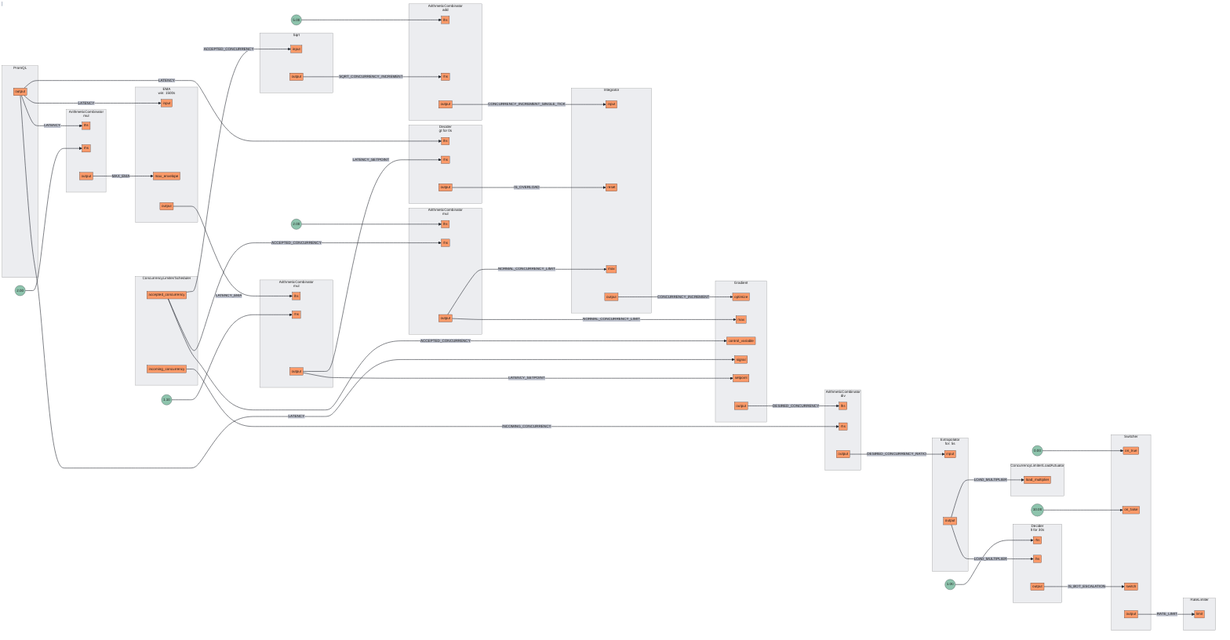
Above: docs/content/tutorials/integrations/flow-control/rate-limiting/assets/dynamic-rate-limiting/dynamic-rate-limiting.mmd.png in dataongunlaws/aperture (Mermaid), before the change. Its source is kept beside it as docs/content/tutorials/integrations/flow-control/rate-limiting/assets/dynamic-rate-limiting/dynamic-rate-limiting.mmd.
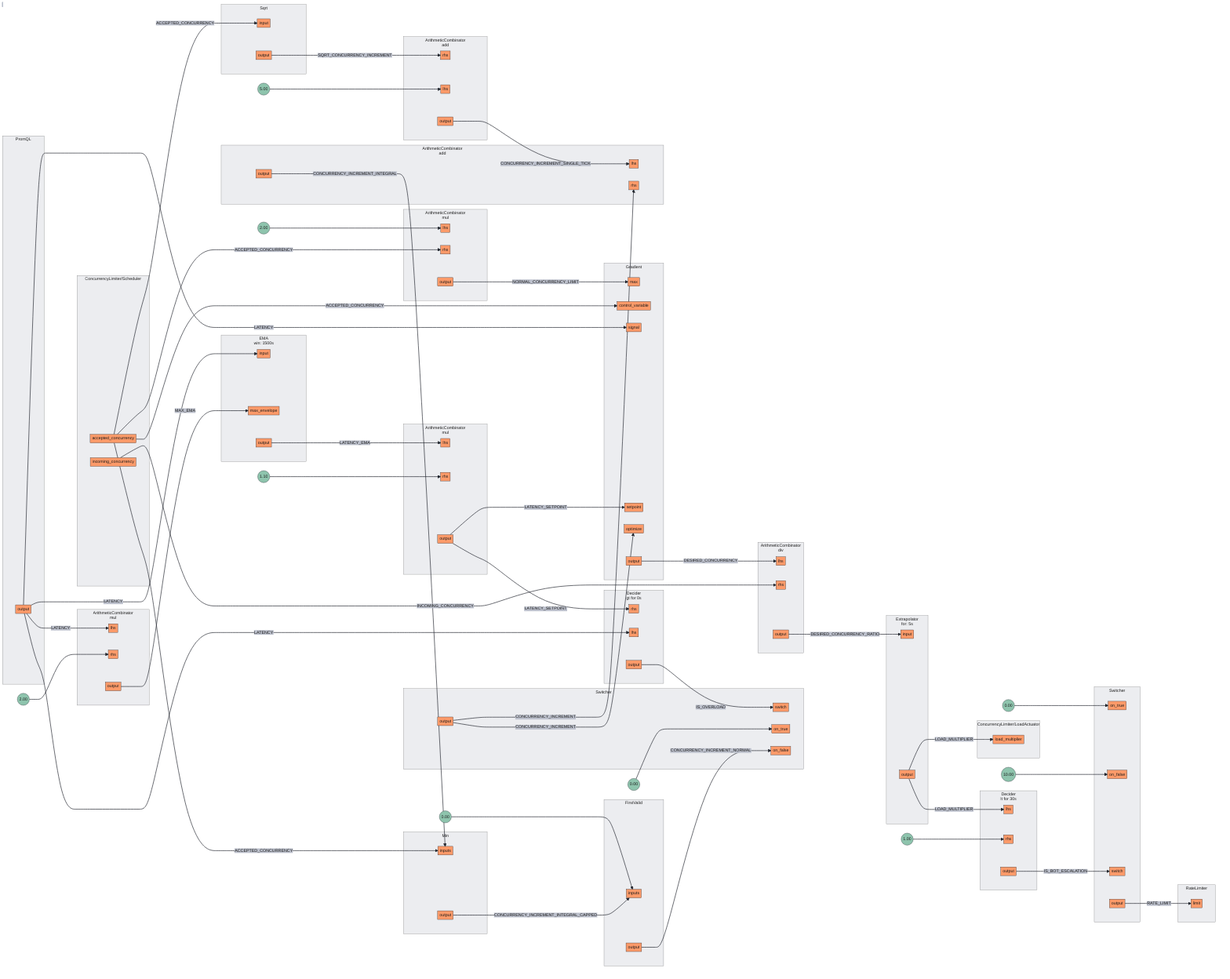
The same file after the commit.

Change to the diagram source:
```diff
@@ -52,8 +52,8 @@
 subgraph 4[<center>ArithmeticCombinator<br/>add</center>]
 subgraph 4_inports[ ]
 style 4_inports fill:none,stroke:none
+4rhs[rhs]
 4lhs[lhs]
-4rhs[rhs]
 end
 subgraph 4_outports[ ]
 style 4_outports fill:none,stroke:none
@@ -62,149 +62,190 @@
 end
 FakeConstant3((5.00))
 FakeConstant3 --> 4lhs
-subgraph 5[Integrator]
+subgraph 5[<center>ArithmeticCombinator<br/>add</center>]
 subgraph 5_inports[ ]
 style 5_inports fill:none,stroke:none
-5input[input]
-5reset[reset]
-5max[max]
+5lhs[lhs]
+5rhs[rhs]
 end
 subgraph 5_outports[ ]
 style 5_outports fill:none,stroke:none
 5output[output]
 end
 end
-subgraph 6[Sqrt]
+subgraph 6[Min]
 subgraph 6_inports[ ]
 style 6_inports fill:none,stroke:none
-6input[input]
+6inputs[inputs]
+6inputs[inputs]
 end
 subgraph 6_outports[ ]
 style 6_outports fill:none,stroke:none
 6output[output]
 end
 end
-subgraph 7[PromQL]
+subgraph 7[FirstValid]
+subgraph 7_inports[ ]
+style 7_inports fill:none,stroke:none
+7inputs[inputs]
+7inputs[inputs]
+end
 subgraph 7_outports[ ]
 style 7_outports fill:none,stroke:none
 7output[output]
 end
 end
-subgraph 8[<center>EMA<br/>win: 1500s</center>]
+FakeConstant4((0.00))
+FakeConstant4 --> 7inputs
+subgraph 8[Sqrt]
 subgraph 8_inports[ ]
 style 8_inports fill:none,stroke:none
 8input[input]
-8max_envelope[max_envelope]
 end
 subgraph 8_outports[ ]
 style 8_outports fill:none,stroke:none
 8output[output]
 end
 end
-subgraph 9[Gradient]
-subgraph 9_inports[ ]
-style 9_inports fill:none,stroke:none
-9optimize[optimize]
-9max[max]
-9control_variable[control_variable]
-9signal[signal]
-9setpoint[setpoint]
-end
+subgraph 9[PromQL]
 subgraph 9_outports[ ]
 style 9_outports fill:none,stroke:none
 9output[output]
 end
 end
-subgraph 10[<center>Extrapolator<br/>for: 5s</center>]
+subgraph 10[<center>EMA<br/>win: 1500s</center>]
 subgraph 10_inports[ ]
 style 10_inports fill:none,stroke:none
 10input[input]
+10max_envelope[max_envelope]
 end
 subgraph 10_outports[ ]
 style 10_outports fill:none,stroke:none
 10output[output]
 end
 end
-subgraph 11.Scheduler[ConcurrencyLimiter/Scheduler]
-subgraph 11.Scheduler_outports[ ]
-style 11.Scheduler_outports fill:none,stroke:none
-11.Schedulerincoming_concurrency[incoming_concurrency]
-11.Scheduleraccepted_concurrency[accepted_concurrency]
+subgraph 11[Gradient]
+subgraph 11_inports[ ]
+style 11_inports fill:none,stroke:none
+11max[max]
+11control_variable[control_variable]
+11signal[signal]
+11setpoint[setpoint]
+11optimize[optimize]
+end
+subgraph 11_outports[ ]
+style 11_outports fill:none,stroke:none
+11output[output]
 end
 end
-subgraph 11.LoadActuator[ConcurrencyLimiter/LoadActuator]
-subgraph 11.LoadActuator_inports[ ]
-style 11.LoadActuator_inports fill:none,stroke:none
-11.LoadActuatorload_multiplier[load_multiplier]
+subgraph 12[<center>Extrapolator<br/>for: 5s</center>]
+subgraph 12_inports[ ]
+style 12_inports fill:none,stroke:none
+12input[input]
+end
+subgraph 12_outports[ ]
+style 12_outports fill:none,stroke:none
+12output[output]
 end
 end
-subgraph 15[RateLimiter]
-subgraph 15_inports[ ]
-style 15_inports fill:none,stroke:none
-15limit[limit]
+subgraph 13.Scheduler[ConcurrencyLimiter/Scheduler]
+subgraph 13.Scheduler_outports[ ]
+style 13.Scheduler_outports fill:none,stroke:none
+13.Schedulerincoming_concurrency[incoming_concurrency]
+13.Scheduleraccepted_concurrency[accepted_concurrency]
 end
 end
-subgraph 14[Switcher]
+subgraph 13.LoadActuator[ConcurrencyLimiter/LoadActuator]
+subgraph 13.LoadActuator_inports[ ]
+style 13.LoadActuator_inports fill:none,stroke:none
+13.LoadActuatorload_multiplier[load_multiplier]
+end
+end
+subgraph 18[RateLimiter]
+subgraph 18_inports[ ]
+style 18_inports fill:none,stroke:none
+18limit[limit]
+end
+end
+subgraph 17[Switcher]
+subgraph 17_inports[ ]
+style 17_inports fill:none,stroke:none
+17on_true[on_true]
+17on_false[on_false]
+17switch[switch]
+end
+subgraph 17_outports[ ]
+style 17_outports fill:none,stroke:none
+17output[output]
+end
+end
+FakeConstant5((0.00))
+FakeConstant5 --> 17on_true
+FakeConstant6((10.00))
+FakeConstant6 --> 17on_false
+subgraph 14[<center>Decider<br/>gt for 0s</center>]
 subgraph 14_inports[ ]
 style 14_inports fill:none,stroke:none
-14on_true[on_true]
-14on_false[on_false]
-14switch[switch]
+14rhs[rhs]
+14lhs[lhs]
 end
 subgraph 14_outports[ ]
 style 14_outports fill:none,stroke:none
 14output[output]
 end
 end
-FakeConstant4((0.00))
-FakeConstant4 --> 14on_true
-FakeConstant5((10.00))
-FakeConstant5 --> 14on_false
-subgraph 12[<center>Decider<br/>gt for 0s</center>]
-subgraph 12_inports[ ]
-style 12_inports fill:none,stroke:none
-12lhs[lhs]
-12rhs[rhs]
+subgraph 15[Switcher]
+subgraph 15_inports[ ]
+style 15_inports fill:none,stroke:none
+15switch[switch]
+15on_true[on_true]
+15on_false[on_false]
 end
-subgraph 12_outports[ ]
-style 12_outports fill:none,stroke:none
-12output[output]
+subgraph 15_outports[ ]
+style 15_outports fill:none,stroke:none
+15output[output]
 end
 end
-subgraph 13[<center>Decider<br/>lt for 30s</center>]
-subgraph 13_inports[ ]
-style 13_inports fill:none,stroke:none
-13rhs[rhs]
-13lhs[lhs]
+FakeConstant7((0.00))
+FakeConstant7 --> 15on_true
+subgraph 16[<center>Decider<br/>lt for 30s</center>]
+subgraph 16_inports[ ]
+style 16_inports fill:none,stroke:none
+16lhs[lhs]
+16rhs[rhs]
 end
-subgraph 13_outports[ ]
-style 13_outports fill:none,stroke:none
-13output[output]
+subgraph 16_outports[ ]
+style 16_outports fill:none,stroke:none
+16output[output]
 end
 end
-FakeConstant6((1.00))
-FakeConstant6 --> 13rhs
-1output --> |LATENCY_SETPOINT| 9setpoint
-1output --> |LATENCY_SETPOINT| 12rhs
-2output --> |DESIRED_CONCURRENCY_RATIO| 10input
-3output --> |NORMAL_CONCURRENCY_LIMIT| 5max
-3output --> |NORMAL_CONCURRENCY_LIMIT| 9max
-12output --> |IS_OVERLOAD| 5reset
-14output --> |RATE_LIMIT| 15limit
-0output --> |MAX_EMA| 8max_envelope
-5output --> |CONCURRENCY_INCREMENT| 9optimize
-11.Scheduleraccepted_concurrency --> |ACCEPTED_CONCURRENCY| 3rhs
-11.Scheduleraccepted_concurrency --> |ACCEPTED_CONCURRENCY| 6input
-11.Scheduleraccepted_concurrency --> |ACCEPTED_CONCURRENCY| 9control_variable
-6output --> |SQRT_CONCURRENCY_INCREMENT| 4rhs
-9output --> |DESIRED_CONCURRENCY| 2lhs
-11.Schedulerincoming_concurrency --> |INCOMING_CONCURRENCY| 2rhs
-13output --> |IS_BOT_ESCALATION| 14switch
-4output --> |CONCURRENCY_INCREMENT_SINGLE_TICK| 5input
-7output --> |LATENCY| 0lhs
-7output --> |LATENCY| 8input
-7output --> |LATENCY| 9signal
-7output --> |LATENCY| 12lhs
-8output --> |LATENCY_EMA| 1lhs
-10output --> |LOAD_MULTIPLIER| 11.LoadActuatorload_multiplier
-10output --> |LOAD_MULTIPLIER| 13lhs
+FakeConstant8((1.00))
+FakeConstant8 --> 16rhs
+1output --> |LATENCY_SETPOINT| 11setpoint
+1output --> |LATENCY_SETPOINT| 14rhs
+4output --> |CONCURRENCY_INCREMENT_SINGLE_TICK| 5lhs
+5output --> |CONCURRENCY_INCREMENT_INTEGRAL| 6inputs
+6output --> |CONCURRENCY_INCREMENT_INTEGRAL_CAPPED| 7inputs
+13.Schedulerincoming_concurrency --> |INCOMING_CONCURRENCY| 2rhs
+14output --> |IS_OVERLOAD| 15switch
+16output --> |IS_BOT_ESCALATION| 17switch
+2output --> |DESIRED_CONCURRENCY_RATIO| 12input
+3output --> |NORMAL_CONCURRENCY_LIMIT| 11max
+8output --> |SQRT_CONCURRENCY_INCREMENT| 4rhs
+9output --> |LATENCY| 0lhs
+9output --> |LATENCY| 10input
+9output --> |LATENCY| 11signal
+9output --> |LATENCY| 14lhs
+10output --> |LATENCY_EMA| 1lhs
+13.Scheduleraccepted_concurrency --> |ACCEPTED_CONCURRENCY| 3rhs
+13.Scheduleraccepted_concurrency --> |ACCEPTED_CONCURRENCY| 6inputs
+13.Scheduleraccepted_concurrency --> |ACCEPTED_CONCURRENCY| 8input
+13.Scheduleraccepted_concurrency --> |ACCEPTED_CONCURRENCY| 11control_variable
+7output --> |CONCURRENCY_INCREMENT_NORMAL| 15on_false
+11output --> |DESIRED_CONCURRENCY| 2lhs
+12output --> |LOAD_MULTIPLIER| 13.LoadActuatorload_multiplier
+12output --> |LOAD_MULTIPLIER| 16lhs
+17output --> |RATE_LIMIT| 18limit
+0output --> |MAX_EMA| 10max_envelope
+15output --> |CONCURRENCY_INCREMENT| 5rhs
+15output --> |CONCURRENCY_INCREMENT| 11optimize
```
